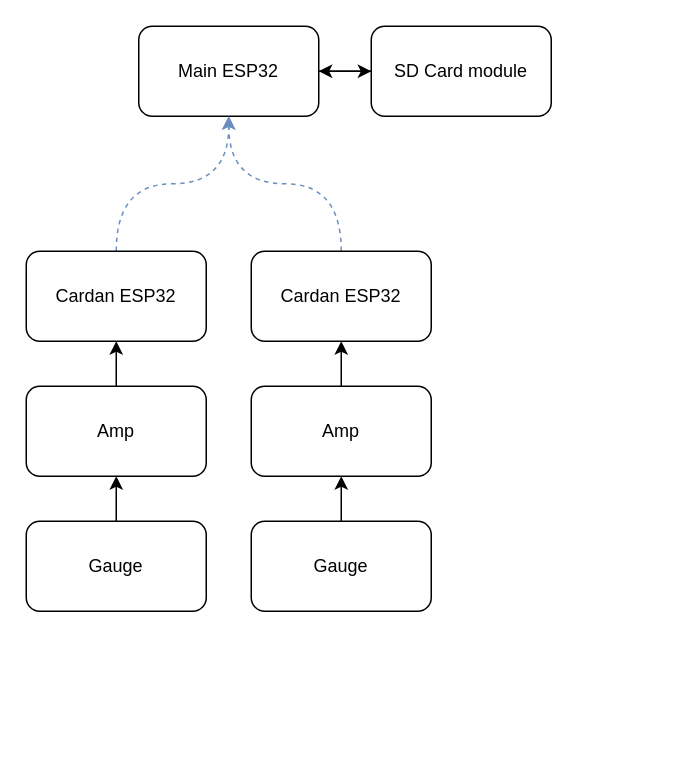
Before: SystemDiagram.drawio in ThomasSimard/Esp32_Cardan, a draw.io diagram. Source tidied: cells renumbered, new cells numbered last; positions are measured from the earlier drawing's top-left corner, leaving out a move shared by most shapes. Both pictures are drawn from the tidied source at 150%, with x=0, y=0 at pixel (26, 26).
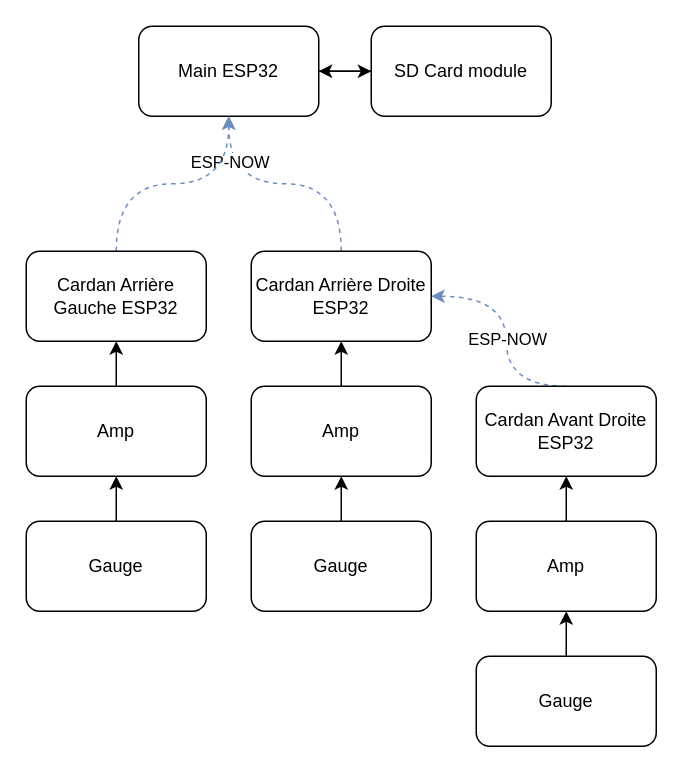
After the change.

Unchanged cells that the change refers to:
```xml
<mxCell id="6" style="edgeStyle=orthogonalEdgeStyle;rounded=0;jettySize=auto;html=1;exitX=0.5;exitY=0;exitDx=0;exitDy=0;entryX=0.5;entryY=1;entryDx=0;entryDy=0;fillColor=#dae8fc;strokeColor=#6c8ebf;dashed=1;curved=1;" parent="1" edge="1" source="7" target="3">
  <mxGeometry relative="1" as="geometry" />
</mxCell>
```

Change to the diagram source:
```diff
@@
+    <mxCell id="18" value="ESP-NOW" style="edgeLabel;html=1;align=center;verticalAlign=middle;" parent="6" vertex="1">
+      <mxGeometry x="-0.25" y="7" relative="1" as="geometry">
+        <mxPoint x="-58" y="-22" as="offset" />
+      </mxGeometry>
+    </mxCell>
-    <mxCell id="7" value="Cardan ESP32" style="rounded=1;whiteSpace=wrap;html=1;" parent="1" vertex="1">
+    <mxCell id="7" value="Cardan Arrière Droite ESP32" style="rounded=1;whiteSpace=wrap;html=1;" parent="1" vertex="1">
       <mxGeometry x="150" y="150" width="120" height="60" as="geometry" />
     </mxCell>
@@
-    <mxCell id="13" value="Cardan ESP32" style="rounded=1;whiteSpace=wrap;html=1;" parent="1" vertex="1">
+    <mxCell id="13" value="Cardan Arrière Gauche ESP32" style="rounded=1;whiteSpace=wrap;html=1;" parent="1" vertex="1">
       <mxGeometry y="150" width="120" height="60" as="geometry" />
     </mxCell>
@@
+    <mxCell id="19" style="edgeStyle=orthogonalEdgeStyle;rounded=0;jettySize=auto;html=1;exitX=0.5;exitY=0;exitDx=0;exitDy=0;entryX=1;entryY=0.5;entryDx=0;entryDy=0;fillColor=#dae8fc;strokeColor=#6c8ebf;dashed=1;curved=1;" parent="1" edge="1" source="21" target="7">
+      <mxGeometry relative="1" as="geometry">
+        <Array as="points">
+          <mxPoint x="320" y="240" />
+          <mxPoint x="320" y="180" />
+        </Array>
+      </mxGeometry>
+    </mxCell>
+    <mxCell id="20" value="ESP-NOW" style="edgeLabel;html=1;align=center;verticalAlign=middle;" parent="19" vertex="1">
+      <mxGeometry x="-0.04" relative="1" as="geometry" />
+    </mxCell>
+    <mxCell id="21" value="Cardan Avant Droite ESP32" style="rounded=1;whiteSpace=wrap;html=1;" parent="1" vertex="1">
+      <mxGeometry x="300" y="240" width="120" height="60" as="geometry" />
+    </mxCell>
+    <mxCell id="22" style="edgeStyle=orthogonalEdgeStyle;rounded=0;jettySize=auto;html=1;exitX=0.5;exitY=0;exitDx=0;exitDy=0;entryX=0.5;entryY=1;entryDx=0;entryDy=0;" parent="1" edge="1" source="23" target="21">
+      <mxGeometry relative="1" as="geometry" />
+    </mxCell>
+    <mxCell id="23" value="Amp" style="rounded=1;whiteSpace=wrap;html=1;" parent="1" vertex="1">
+      <mxGeometry x="300" y="330" width="120" height="60" as="geometry" />
+    </mxCell>
+    <mxCell id="24" style="edgeStyle=orthogonalEdgeStyle;rounded=0;jettySize=auto;html=1;exitX=0.5;exitY=0;exitDx=0;exitDy=0;entryX=0.5;entryY=1;entryDx=0;entryDy=0;" parent="1" edge="1" source="25" target="23">
+      <mxGeometry relative="1" as="geometry" />
+    </mxCell>
+    <mxCell id="25" value="Gauge" style="rounded=1;whiteSpace=wrap;html=1;" parent="1" vertex="1">
+      <mxGeometry x="300" y="420" width="120" height="60" as="geometry" />
+    </mxCell>
```
